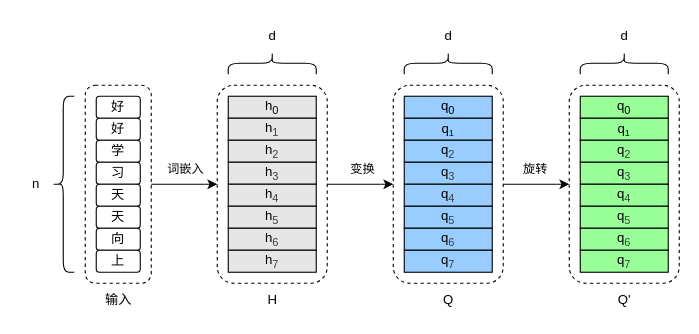
Earlier version of the draw.io diagram page "RoPE1" (4 of 6) of draw/notes/pe.drawio (zxh0/ann-book). Source tidied: cells renumbered, new cells numbered last; positions are measured from the earlier drawing's top-left corner, leaving out a move shared by most shapes. Both pictures are drawn from the tidied source at 110%, with x=0, y=0 at pixel (19, 19).
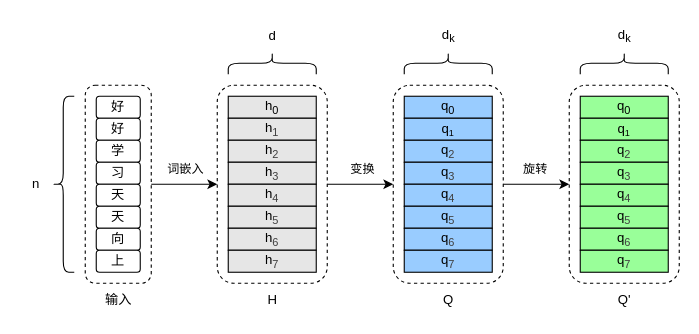
The same page after the edit.

What changed in the source:
```diff
@@
-    <mxCell id="53" value="d" style="text;html=1;align=center;verticalAlign=middle;strokeColor=none;fillColor=none;" parent="1" vertex="1">
-      <mxGeometry x="375" width="30" height="30" as="geometry" />
+    <mxCell id="53" value="d&lt;sub&gt;k&lt;/sub&gt;" style="text;html=1;align=center;verticalAlign=middle;strokeColor=none;fillColor=none;" parent="1" vertex="1">
+      <mxGeometry x="370" width="40" height="30" as="geometry" />
     </mxCell>
@@
-    <mxCell id="55" value="d" style="text;html=1;align=center;verticalAlign=middle;strokeColor=none;fillColor=none;" parent="1" vertex="1">
-      <mxGeometry x="535" width="30" height="30" as="geometry" />
+    <mxCell id="55" value="d&lt;sub&gt;k&lt;/sub&gt;" style="text;html=1;align=center;verticalAlign=middle;strokeColor=none;fillColor=none;" parent="1" vertex="1">
+      <mxGeometry x="530" width="40" height="30" as="geometry" />
     </mxCell>
```
